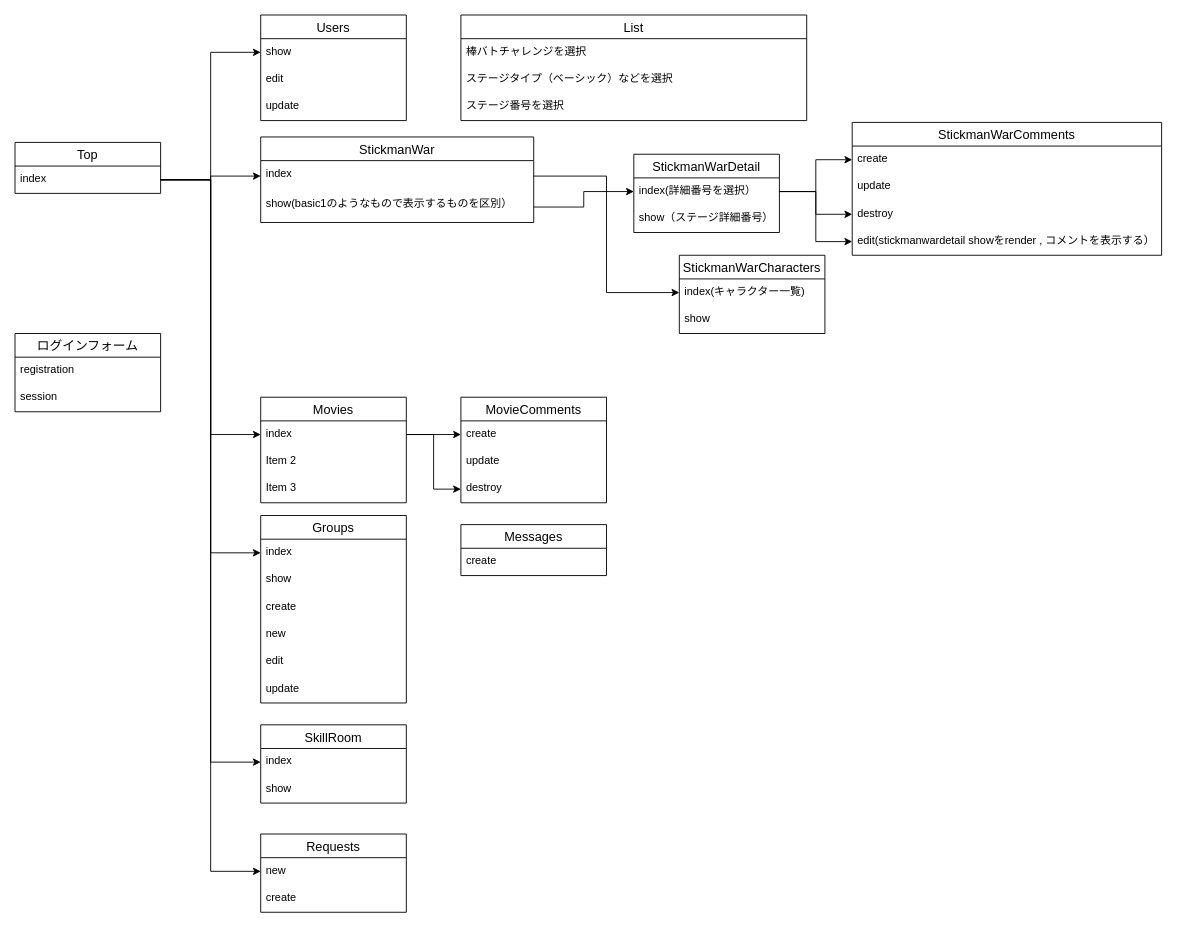
Above: flow.dio in runba3011/runba_home (draw.io), before the change. Source tidied: cells renumbered, new cells numbered last; positions are measured from the earlier drawing's top-left corner, leaving out a move shared by most shapes. Both pictures are drawn from the tidied source at 91%, with x=0, y=0 at pixel (15, 15).
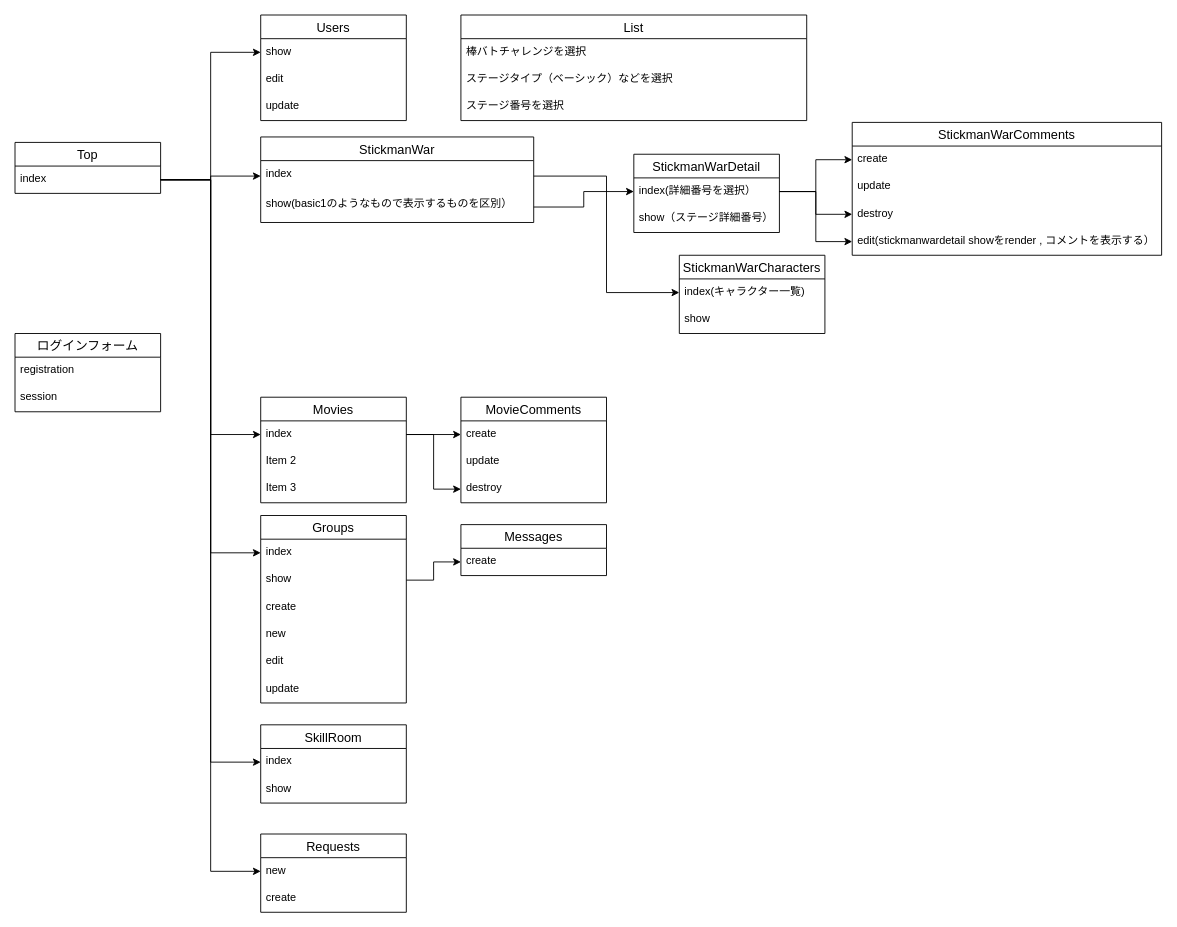
After the change.

Unchanged cells that the change refers to:
```xml
<mxCell id="13" value="show" style="text;strokeColor=none;fillColor=none;spacingLeft=4;spacingRight=4;overflow=hidden;points=[[0,0.5],[1,0.5]];portConstraint=eastwest;fontSize=12;" parent="11" vertex="1">
  <mxGeometry y="56" width="160" height="30" as="geometry" />
</mxCell>
<mxCell id="19" value="create" style="text;strokeColor=none;fillColor=none;spacingLeft=4;spacingRight=4;overflow=hidden;points=[[0,0.5],[1,0.5]];portConstraint=eastwest;fontSize=12;" parent="18" vertex="1">
  <mxGeometry y="26" width="160" height="30" as="geometry" />
</mxCell>
```

Diff of the diagram source:
```diff
@@
+    <mxCell id="65" style="edgeStyle=orthogonalEdgeStyle;rounded=0;jettySize=auto;html=1;entryX=0;entryY=0.5;entryDx=0;entryDy=0;" parent="1" edge="1" source="13" target="19">
+      <mxGeometry relative="1" as="geometry" />
+    </mxCell>
```
